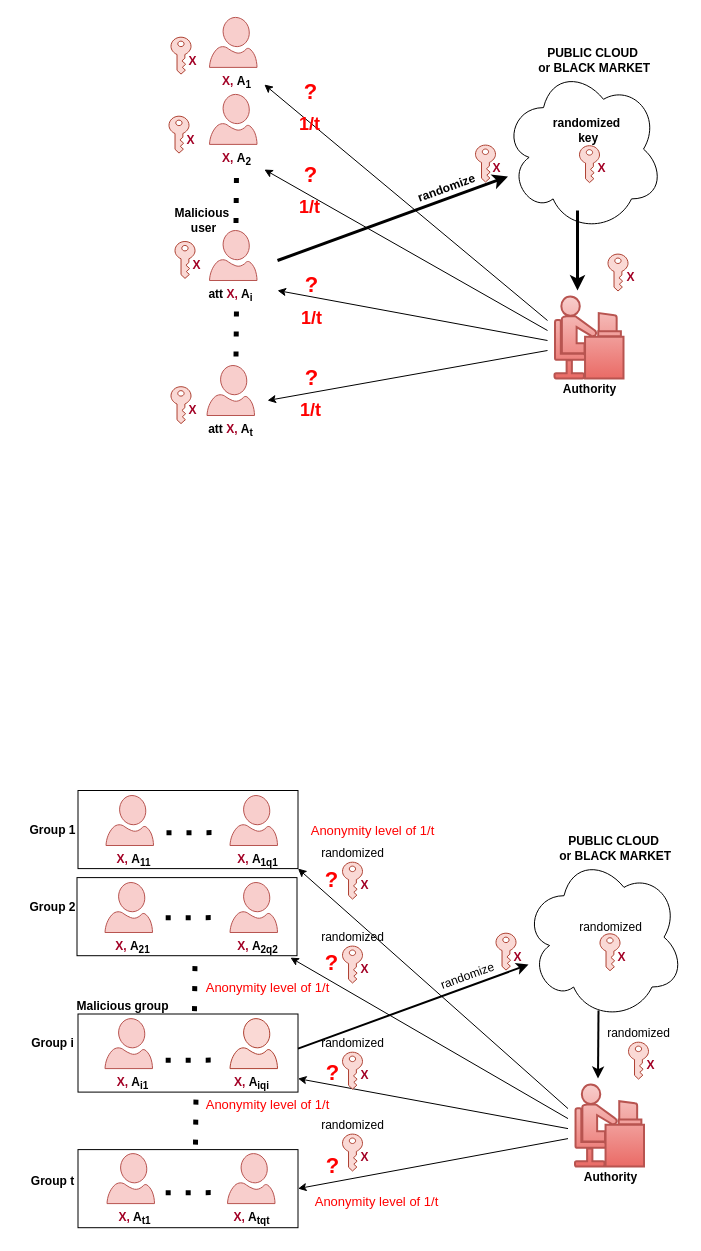
This is AKL.drawio from huyle84/diagrams, a draw.io file, before an edit. Source tidied: cells renumbered, new cells numbered last; positions are measured from the earlier drawing's top-left corner, leaving out a move shared by most shapes. Both pictures are drawn from the tidied source at 100%, with x=0, y=0 at pixel (17, 17).
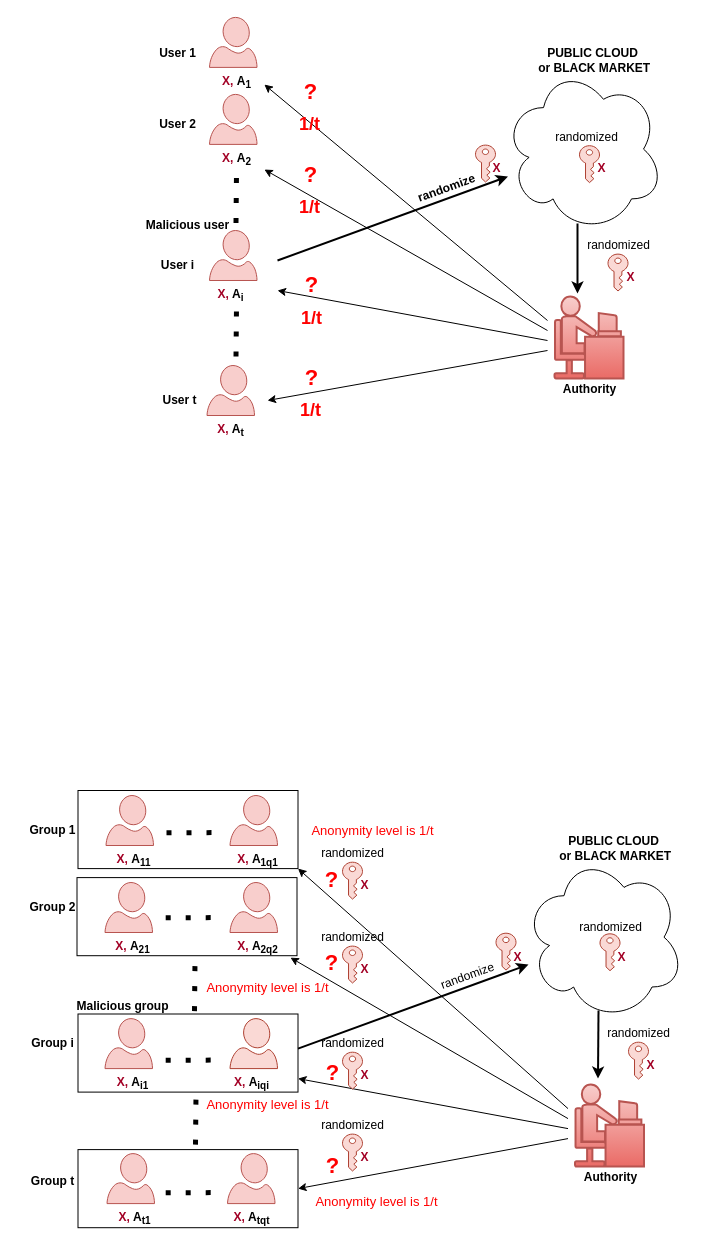
After the change.

Unchanged cells that the change refers to:
```xml
<mxCell id="2" style="ellipse;shape=cloud;whiteSpace=wrap;html=1;" parent="1" vertex="1">
  <mxGeometry x="486" y="48.6" width="160" height="166" as="geometry" />
</mxCell>
```

Change to the diagram source:
```diff
@@
-    <mxCell id="9" value="randomized&lt;div&gt;&amp;nbsp;key&lt;/div&gt;" style="text;html=1;align=center;verticalAlign=middle;strokeColor=none;fillColor=none;fontStyle=1;" parent="1" vertex="1">
-      <mxGeometry x="524" y="93" width="90" height="40" as="geometry" />
+    <mxCell id="9" value="randomized" style="text;html=1;align=center;verticalAlign=middle;strokeColor=none;fillColor=none;fontStyle=0;" parent="1" vertex="1">
+      <mxGeometry x="524" y="105" width="90" height="30" as="geometry" />
     </mxCell>
@@
-    <mxCell id="12" style="endArrow=classic;html=1;rounded=0;strokeWidth=3;" parent="1" edge="1" target="2">
+    <mxCell id="12" style="endArrow=classic;html=1;rounded=0;strokeWidth=2;" parent="1" edge="1" target="2">
       <mxGeometry relative="1" as="geometry">
         <mxPoint x="260" y="243" as="sourcePoint" />
       </mxGeometry>
     </mxCell>
@@
-    <mxCell id="14" value="att&amp;nbsp;&lt;font color=&quot;#a20025&quot;&gt;X,&lt;/font&gt;&amp;nbsp;A&lt;sub&gt;i&lt;/sub&gt;" style="text;html=1;align=center;verticalAlign=middle;strokeColor=none;fillColor=none;fontStyle=1;" parent="1" vertex="1">
-      <mxGeometry x="178.2" y="263" width="70" height="30" as="geometry" />
+    <mxCell id="14" value="&lt;font color=&quot;#a20025&quot;&gt;X,&lt;/font&gt;&amp;nbsp;A&lt;sub&gt;i&lt;/sub&gt;" style="text;html=1;align=center;verticalAlign=middle;strokeColor=none;fillColor=none;fontStyle=1;" parent="1" vertex="1">
+      <mxGeometry x="188.2" y="263" width="50" height="30" as="geometry" />
     </mxCell>
-    <mxCell id="15" value="att&amp;nbsp;&lt;font color=&quot;#a20025&quot;&gt;X,&lt;/font&gt;&amp;nbsp;A&lt;sub&gt;t&lt;/sub&gt;" style="text;html=1;align=center;verticalAlign=middle;strokeColor=none;fillColor=none;fontStyle=1;" parent="1" vertex="1">
-      <mxGeometry x="178.2" y="398" width="70" height="30" as="geometry" />
+    <mxCell id="15" value="&lt;font color=&quot;#a20025&quot;&gt;X,&lt;/font&gt;&amp;nbsp;A&lt;sub&gt;t&lt;/sub&gt;" style="text;html=1;align=center;verticalAlign=middle;strokeColor=none;fillColor=none;fontStyle=1;" parent="1" vertex="1">
+      <mxGeometry x="188.2" y="398" width="50" height="30" as="geometry" />
     </mxCell>
-    <mxCell id="16" value="Malicious&amp;nbsp;&lt;div&gt;&lt;div&gt;user&lt;/div&gt;&lt;/div&gt;" style="text;html=1;align=center;verticalAlign=middle;strokeColor=none;fillColor=none;fontStyle=1;" parent="1" vertex="1">
-      <mxGeometry x="145.5" y="183" width="80" height="40" as="geometry" />
+    <mxCell id="16" value="Malicious user" style="text;html=1;align=center;verticalAlign=middle;strokeColor=none;fillColor=none;fontStyle=1;" parent="1" vertex="1">
+      <mxGeometry x="119.5" y="193" width="100" height="30" as="geometry" />
     </mxCell>
@@
-    <mxCell id="21" style="endArrow=classic;html=1;rounded=0;strokeWidth=3;" parent="1" edge="1">
+    <mxCell id="21" style="endArrow=classic;html=1;rounded=0;strokeWidth=2;" parent="1" edge="1">
       <mxGeometry relative="1" as="geometry">
-        <mxPoint x="560" y="193" as="sourcePoint" />
-        <mxPoint x="560" y="273" as="targetPoint" />
+        <mxPoint x="560" y="206" as="sourcePoint" />
+        <mxPoint x="560" y="276" as="targetPoint" />
       </mxGeometry>
     </mxCell>
@@
-    <mxCell id="39" style="sketch=0;shadow=0;dashed=0;html=1;strokeColor=#ae4132;labelPosition=center;verticalLabelPosition=bottom;verticalAlign=top;align=center;shape=mxgraph.office.security.key_permissions;fillColor=#fad9d5;rotation=0;" parent="1" vertex="1">
-      <mxGeometry x="153.5" y="369.2" width="20" height="36.9" as="geometry" />
-    </mxCell>
-    <mxCell id="40" value="&lt;font color=&quot;#a20025&quot;&gt;X&lt;/font&gt;" style="text;html=1;align=center;verticalAlign=middle;strokeColor=none;fillColor=none;fontStyle=1;" parent="1" vertex="1">
-      <mxGeometry x="159.5" y="378" width="30" height="30" as="geometry" />
-    </mxCell>
-    <mxCell id="41" style="sketch=0;shadow=0;dashed=0;html=1;strokeColor=#ae4132;labelPosition=center;verticalLabelPosition=bottom;verticalAlign=top;align=center;shape=mxgraph.office.security.key_permissions;fillColor=#fad9d5;rotation=0;" parent="1" vertex="1">
-      <mxGeometry x="157.5" y="224" width="20" height="36.9" as="geometry" />
-    </mxCell>
-    <mxCell id="42" value="&lt;font color=&quot;#a20025&quot;&gt;X&lt;/font&gt;" style="text;html=1;align=center;verticalAlign=middle;strokeColor=none;fillColor=none;fontStyle=1;" parent="1" vertex="1">
-      <mxGeometry x="163.5" y="232.9" width="30" height="30" as="geometry" />
-    </mxCell>
-    <mxCell id="43" style="sketch=0;shadow=0;dashed=0;html=1;strokeColor=#ae4132;labelPosition=center;verticalLabelPosition=bottom;verticalAlign=top;align=center;shape=mxgraph.office.security.key_permissions;fillColor=#fad9d5;rotation=0;" parent="1" vertex="1">
-      <mxGeometry x="151.5" y="98.7" width="20" height="36.9" as="geometry" />
-    </mxCell>
-    <mxCell id="44" value="&lt;font color=&quot;#a20025&quot;&gt;X&lt;/font&gt;" style="text;html=1;align=center;verticalAlign=middle;strokeColor=none;fillColor=none;fontStyle=1;" parent="1" vertex="1">
-      <mxGeometry x="157.5" y="107.5" width="30" height="30" as="geometry" />
-    </mxCell>
-    <mxCell id="45" style="sketch=0;shadow=0;dashed=0;html=1;strokeColor=#ae4132;labelPosition=center;verticalLabelPosition=bottom;verticalAlign=top;align=center;shape=mxgraph.office.security.key_permissions;fillColor=#fad9d5;rotation=0;" parent="1" vertex="1">
-      <mxGeometry x="153.5" y="19.7" width="20" height="36.9" as="geometry" />
-    </mxCell>
-    <mxCell id="46" value="&lt;font color=&quot;#a20025&quot;&gt;X&lt;/font&gt;" style="text;html=1;align=center;verticalAlign=middle;strokeColor=none;fillColor=none;fontStyle=1;" parent="1" vertex="1">
-      <mxGeometry x="159.5" y="28.6" width="30" height="30" as="geometry" />
-    </mxCell>
@@
-    <mxCell id="78" value="&lt;font style=&quot;caret-color: rgb(255, 0, 0); color: rgb(255, 0, 0); font-weight: 400; font-size: 13px;&quot;&gt;Anonymity level&amp;nbsp;&lt;/font&gt;&lt;span style=&quot;caret-color: rgb(255, 0, 0); color: rgb(255, 0, 0); font-weight: 400; font-size: 13px;&quot;&gt;of 1/t&lt;/span&gt;" style="text;html=1;align=center;verticalAlign=middle;strokeColor=none;fillColor=none;fontStyle=1;" parent="1" vertex="1">
+    <mxCell id="78" value="&lt;font style=&quot;caret-color: rgb(255, 0, 0); color: rgb(255, 0, 0); font-weight: 400; font-size: 13px;&quot;&gt;Anonymity level is&lt;/font&gt;&lt;span style=&quot;caret-color: rgb(255, 0, 0); color: rgb(255, 0, 0); font-weight: 400; font-size: 13px;&quot;&gt;&amp;nbsp;1/t&lt;/span&gt;" style="text;html=1;align=center;verticalAlign=middle;strokeColor=none;fillColor=none;fontStyle=1;" parent="1" vertex="1">
       <mxGeometry x="279.5" y="798" width="150" height="30" as="geometry" />
     </mxCell>
@@
-    <mxCell id="81" value="&lt;font style=&quot;caret-color: rgb(255, 0, 0); color: rgb(255, 0, 0); font-weight: 400; font-size: 13px;&quot;&gt;Anonymity level&amp;nbsp;&lt;/font&gt;&lt;span style=&quot;caret-color: rgb(255, 0, 0); color: rgb(255, 0, 0); font-weight: 400; font-size: 13px;&quot;&gt;of 1/t&lt;/span&gt;" style="text;html=1;align=center;verticalAlign=middle;strokeColor=none;fillColor=none;fontStyle=1;" parent="1" vertex="1">
+    <mxCell id="81" value="&lt;font style=&quot;caret-color: rgb(255, 0, 0); color: rgb(255, 0, 0); font-weight: 400; font-size: 13px;&quot;&gt;Anonymity level is&lt;/font&gt;&lt;span style=&quot;caret-color: rgb(255, 0, 0); color: rgb(255, 0, 0); font-weight: 400; font-size: 13px;&quot;&gt;&amp;nbsp;1/t&lt;/span&gt;" style="text;html=1;align=center;verticalAlign=middle;strokeColor=none;fillColor=none;fontStyle=1;" parent="1" vertex="1">
       <mxGeometry x="175" y="954.6" width="150" height="30" as="geometry" />
     </mxCell>
@@
-    <mxCell id="83" value="&lt;span style=&quot;color: rgb(255, 0, 0);&quot;&gt;&lt;font style=&quot;font-weight: 400; font-size: 13px;&quot;&gt;Anonymity level&amp;nbsp;&lt;/font&gt;&lt;span style=&quot;font-weight: 400; font-size: 13px; color: rgb(255, 0, 0);&quot;&gt;of 1/t&lt;/span&gt;&lt;/span&gt;" style="text;html=1;align=center;verticalAlign=middle;strokeColor=none;fillColor=none;fontStyle=1;" parent="1" vertex="1">
+    <mxCell id="83" value="&lt;span style=&quot;color: rgb(255, 0, 0);&quot;&gt;&lt;font style=&quot;font-weight: 400; font-size: 13px;&quot;&gt;Anonymity level is&lt;/font&gt;&lt;span style=&quot;font-weight: 400; font-size: 13px; color: rgb(255, 0, 0);&quot;&gt;&amp;nbsp;1/t&lt;/span&gt;&lt;/span&gt;" style="text;html=1;align=center;verticalAlign=middle;strokeColor=none;fillColor=none;fontStyle=1;" parent="1" vertex="1">
       <mxGeometry x="175" y="1071.6" width="150" height="30" as="geometry" />
     </mxCell>
@@
-    <mxCell id="85" value="&lt;font style=&quot;caret-color: rgb(255, 0, 0); color: rgb(255, 0, 0); font-weight: 400; font-size: 13px;&quot;&gt;Anonymity level&amp;nbsp;&lt;/font&gt;&lt;span style=&quot;caret-color: rgb(255, 0, 0); color: rgb(255, 0, 0); font-weight: 400; font-size: 13px;&quot;&gt;of 1/t&lt;/span&gt;" style="text;html=1;align=center;verticalAlign=middle;strokeColor=none;fillColor=none;fontStyle=1;" parent="1" vertex="1">
+    <mxCell id="85" value="&lt;font style=&quot;caret-color: rgb(255, 0, 0); color: rgb(255, 0, 0); font-weight: 400; font-size: 13px;&quot;&gt;Anonymity level is&lt;/font&gt;&lt;span style=&quot;caret-color: rgb(255, 0, 0); color: rgb(255, 0, 0); font-weight: 400; font-size: 13px;&quot;&gt;&amp;nbsp;1/t&lt;/span&gt;" style="text;html=1;align=center;verticalAlign=middle;strokeColor=none;fillColor=none;fontStyle=1;" parent="1" vertex="1">
       <mxGeometry x="284" y="1169.1" width="150" height="30" as="geometry" />
     </mxCell>
@@
+    <mxCell id="117" value="User 1" style="text;html=1;align=center;verticalAlign=middle;strokeColor=none;fillColor=none;fontStyle=1;" parent="1" vertex="1">
+      <mxGeometry x="130" y="21" width="60" height="30" as="geometry" />
+    </mxCell>
+    <mxCell id="118" value="User 2" style="text;html=1;align=center;verticalAlign=middle;strokeColor=none;fillColor=none;fontStyle=1;" parent="1" vertex="1">
+      <mxGeometry x="129.5" y="92" width="60" height="30" as="geometry" />
+    </mxCell>
+    <mxCell id="119" value="User i" style="text;html=1;align=center;verticalAlign=middle;strokeColor=none;fillColor=none;fontStyle=1;" parent="1" vertex="1">
+      <mxGeometry x="134.5" y="233" width="50" height="30" as="geometry" />
+    </mxCell>
+    <mxCell id="120" value="User t" style="text;html=1;align=center;verticalAlign=middle;strokeColor=none;fillColor=none;fontStyle=1;" parent="1" vertex="1">
+      <mxGeometry x="132" y="368" width="60" height="30" as="geometry" />
+    </mxCell>
+    <mxCell id="121" value="randomized" style="text;html=1;align=center;verticalAlign=middle;strokeColor=none;fillColor=none;fontStyle=0;" parent="1" vertex="1">
+      <mxGeometry x="556" y="213" width="90" height="30" as="geometry" />
+    </mxCell>
```
